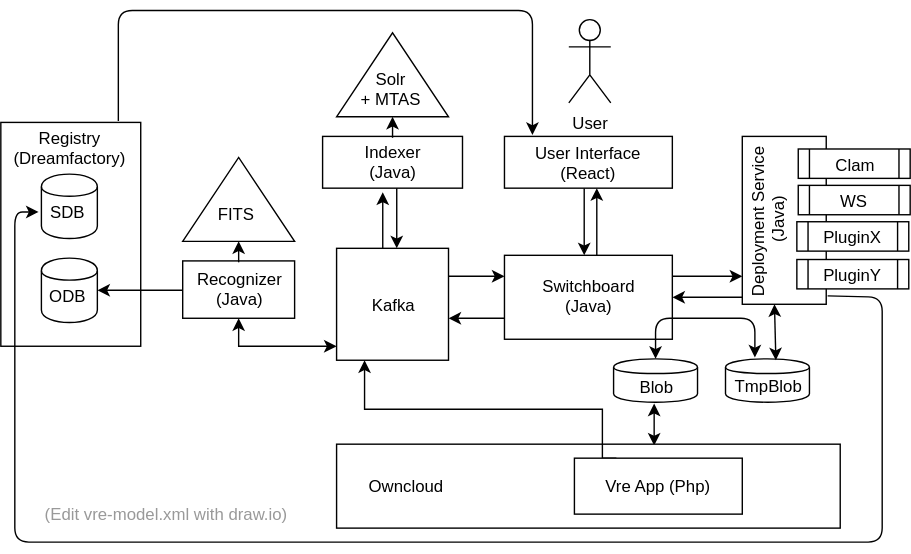
meertensinstituut/clariah-wp3-vre keeps this draw.io diagram as vre-model.svg. Above is the earlier version. Source tidied: cells renumbered, new cells last; positions are measured from the earlier drawing's top-left corner, leaving out a move shared by most shapes.
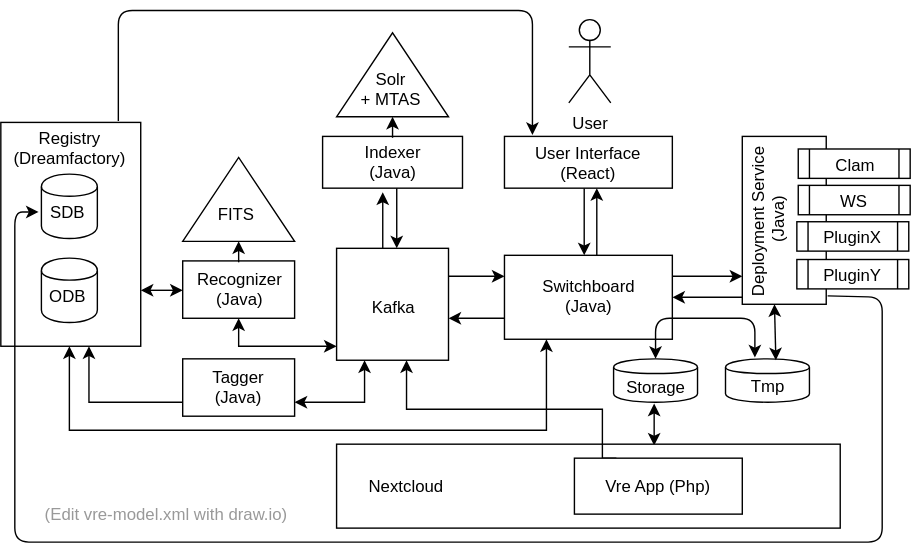
The same diagram one commit later.

Change to the diagram source:
```diff
@@ -22,15 +22,15 @@
     <mxCell id="6" style="rounded=0;whiteSpace=wrap;html=1;" parent="1" vertex="1">
       <mxGeometry x="240" y="310" width="360" height="60" as="geometry" />
     </mxCell>
-    <mxCell id="7" value="Owncloud" style="text;html=1;strokeColor=none;fillColor=none;align=center;verticalAlign=middle;whiteSpace=wrap;rounded=0;" parent="1" vertex="1">
+    <mxCell id="7" value="Nextcloud" style="text;html=1;strokeColor=none;fillColor=none;align=center;verticalAlign=middle;whiteSpace=wrap;rounded=0;" parent="1" vertex="1">
       <mxGeometry x="270" y="330" width="40" height="20" as="geometry" />
     </mxCell>
-    <mxCell id="8" style="edgeStyle=orthogonalEdgeStyle;rounded=0;html=1;exitX=0.25;exitY=0;entryX=0.25;entryY=1;jettySize=auto;" parent="1" edge="1" source="9" target="15">
+    <mxCell id="8" style="edgeStyle=orthogonalEdgeStyle;rounded=0;html=1;exitX=0.25;exitY=0;jettySize=auto;" parent="1" edge="1" source="9" target="15">
       <mxGeometry relative="1" as="geometry">
         <Array as="points">
           <mxPoint x="430" y="320" />
           <mxPoint x="430" y="285" />
-          <mxPoint x="260" y="285" />
+          <mxPoint x="290" y="285" />
         </Array>
       </mxGeometry>
     </mxCell>
@@ -64,7 +64,7 @@
       <mxGeometry x="240" y="170" width="80" height="80" as="geometry" />
     </mxCell>
     <mxCell id="16" value="Kafka" style="text;html=1;strokeColor=none;fillColor=none;align=center;verticalAlign=middle;whiteSpace=wrap;rounded=0;" parent="1" vertex="1">
-      <mxGeometry x="260" y="200" width="40" height="20" as="geometry" />
+      <mxGeometry x="240" y="172" width="80" height="79" as="geometry" />
     </mxCell>
     <mxCell id="17" value="Indexer (Java)" style="text;html=1;strokeColor=none;fillColor=none;align=center;verticalAlign=middle;whiteSpace=wrap;rounded=0;" parent="1" vertex="1">
       <mxGeometry x="260" y="98" width="40" height="20" as="geometry" />
@@ -135,8 +135,9 @@
     <mxCell id="35" style="shape=cylinder;whiteSpace=wrap;html=1;boundedLbl=1;" parent="1" vertex="1">
       <mxGeometry x="29" y="177" width="40" height="46" as="geometry" />
     </mxCell>
-    <mxCell id="36" style="endArrow=none;startArrow=classic;html=1;exitX=1;exitY=0.5;endFill=0;" parent="1" edge="1" source="35">
+    <mxCell id="36" style="endArrow=classic;startArrow=classic;html=1;endFill=1;" parent="1" edge="1">
       <mxGeometry relative="1" as="geometry">
+        <mxPoint x="100" y="200" as="sourcePoint" />
         <mxPoint x="130" y="200" as="targetPoint" />
       </mxGeometry>
     </mxCell>
@@ -173,13 +174,13 @@
     <mxCell id="47" value="PluginY" style="text;html=1;strokeColor=none;fillColor=none;align=center;verticalAlign=middle;whiteSpace=wrap;rounded=0;" parent="1" vertex="1">
       <mxGeometry x="589" y="179" width="40" height="20" as="geometry" />
     </mxCell>
-    <mxCell id="48" value="TmpBlob" style="text;html=1;strokeColor=none;fillColor=none;align=center;verticalAlign=middle;whiteSpace=wrap;rounded=0;" parent="1" vertex="1">
+    <mxCell id="48" value="Tmp" style="text;html=1;strokeColor=none;fillColor=none;align=center;verticalAlign=middle;whiteSpace=wrap;rounded=0;" parent="1" vertex="1">
       <mxGeometry x="507" y="258" width="82" height="20" as="geometry" />
     </mxCell>
     <mxCell id="49" style="shape=cylinder;whiteSpace=wrap;html=1;boundedLbl=1;" parent="1" vertex="1">
       <mxGeometry x="438" y="249" width="60" height="31" as="geometry" />
     </mxCell>
-    <mxCell id="50" value="Blob" style="text;html=1;strokeColor=none;fillColor=none;align=center;verticalAlign=middle;whiteSpace=wrap;rounded=0;" parent="1" vertex="1">
+    <mxCell id="50" value="Storage" style="text;html=1;strokeColor=none;fillColor=none;align=center;verticalAlign=middle;whiteSpace=wrap;rounded=0;" parent="1" vertex="1">
       <mxGeometry x="448" y="262" width="40" height="14" as="geometry" />
     </mxCell>
     <mxCell id="51" value="ODB" style="text;html=1;strokeColor=none;fillColor=none;align=center;verticalAlign=middle;whiteSpace=wrap;rounded=0;" parent="1" vertex="1">
@@ -229,5 +230,33 @@
         </Array>
       </mxGeometry>
     </mxCell>
+    <mxCell id="60" style="edgeStyle=orthogonalEdgeStyle;rounded=0;html=1;entryX=0.25;entryY=1;jettySize=auto;startArrow=classic;startFill=1;" parent="1" edge="1" target="15">
+      <mxGeometry relative="1" as="geometry">
+        <mxPoint x="210" y="280" as="sourcePoint" />
+      </mxGeometry>
+    </mxCell>
+    <mxCell id="61" style="rounded=0;whiteSpace=wrap;html=1;" parent="1" vertex="1">
+      <mxGeometry x="130" y="249" width="80" height="41" as="geometry" />
+    </mxCell>
+    <mxCell id="62" value="Tagger (Java)" style="text;html=1;strokeColor=none;fillColor=none;align=center;verticalAlign=middle;whiteSpace=wrap;rounded=0;" parent="1" vertex="1">
+      <mxGeometry x="150" y="259" width="40" height="20" as="geometry" />
+    </mxCell>
+    <mxCell id="63" style="endArrow=classic;html=1;fontSize=8;exitX=0;exitY=0.75;rounded=0;" parent="1" edge="1" source="61">
+      <mxGeometry relative="1" as="geometry">
+        <mxPoint x="63" y="240" as="targetPoint" />
+        <Array as="points">
+          <mxPoint x="63" y="280" />
+        </Array>
+      </mxGeometry>
+    </mxCell>
+    <mxCell id="64" style="endArrow=classic;html=1;fontSize=8;exitX=0.25;exitY=1;rounded=0;startArrow=classic;startFill=1;" parent="1" edge="1" source="28">
+      <mxGeometry relative="1" as="geometry">
+        <mxPoint x="49" y="240" as="targetPoint" />
+        <Array as="points">
+          <mxPoint x="390" y="300" />
+          <mxPoint x="49" y="300" />
+        </Array>
+      </mxGeometry>
+    </mxCell>
   </root>
 </mxGraphModel>
```
